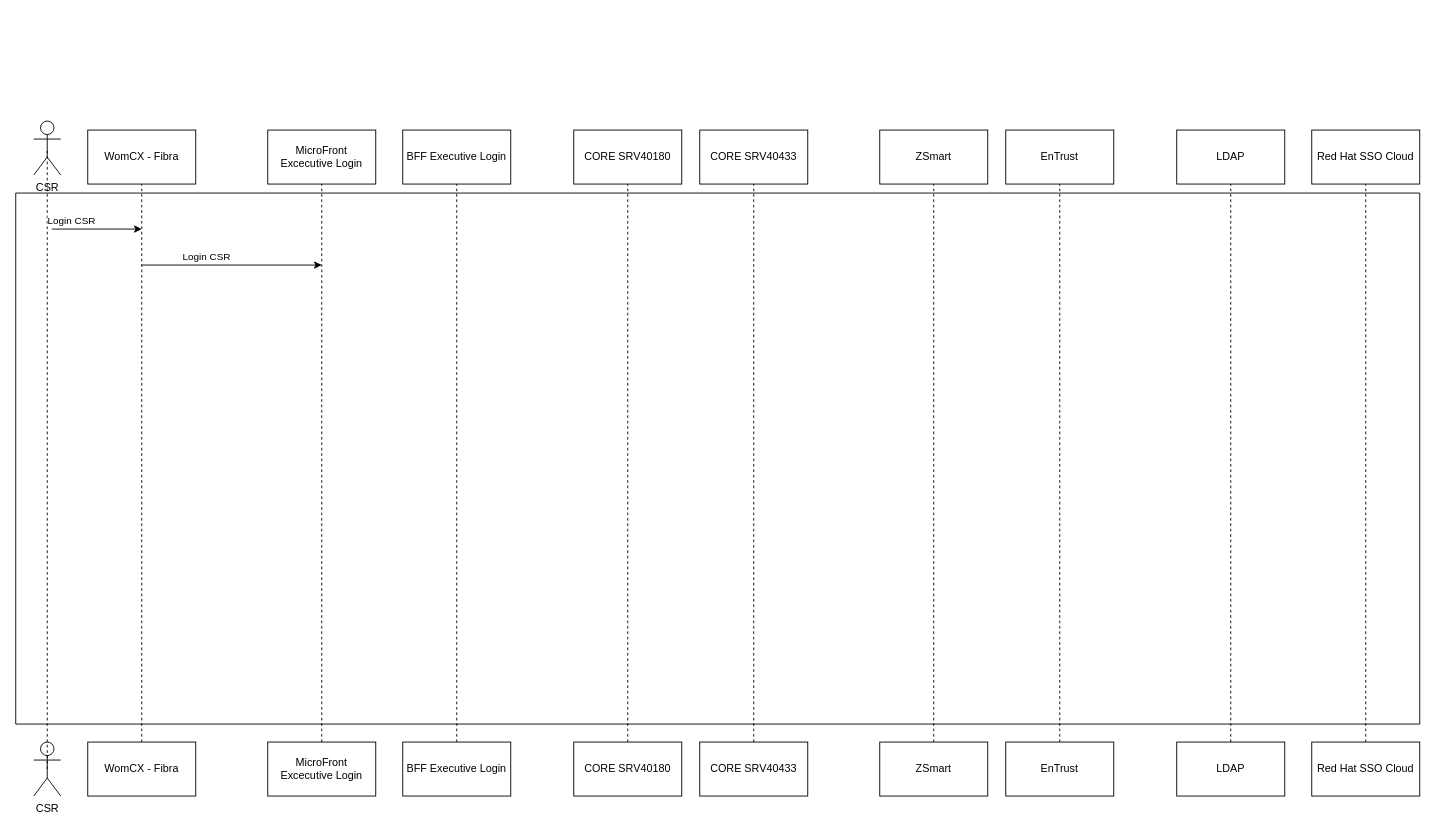
linosnt/womCX keeps this draw.io diagram as LoginLayer.drawio. Above is the earlier version. Source tidied: cells renumbered, new cells numbered last; positions are measured from the earlier drawing's top-left corner, leaving out a move shared by most shapes. Both pictures are drawn from the tidied source at 90%, with x=0, y=0 at pixel (15, 121).
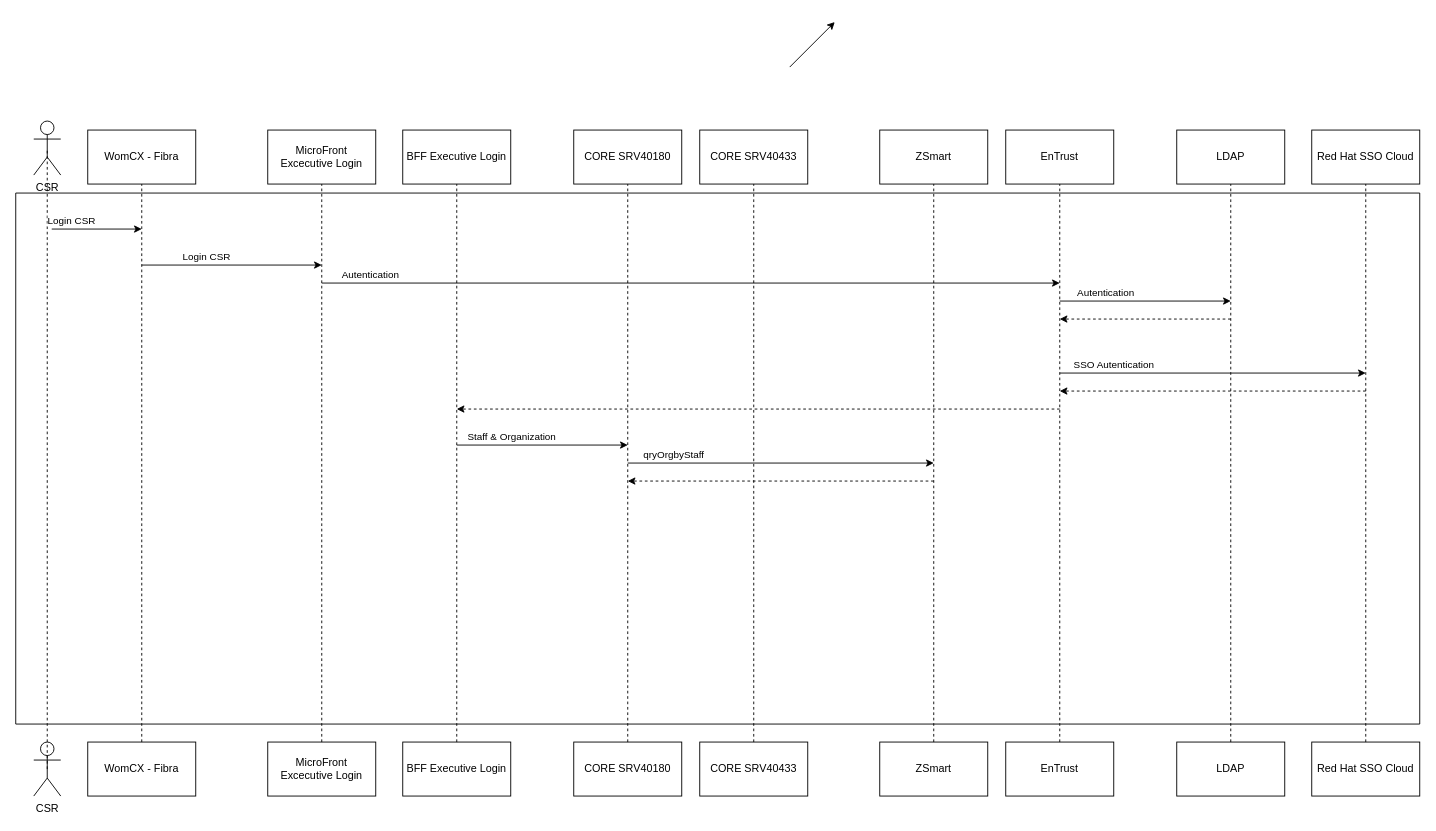
The same page after the edit.

The change refers to these unchanged cells:
```xml
<mxCell id="2" style="swimlane;startSize=0;" parent="1" vertex="1">
  <mxGeometry y="80" width="1560" height="590" as="geometry" />
</mxCell>
```

Change to the diagram source:
```diff
@@
+    <mxCell id="35" style="endArrow=classic;html=1;rounded=0;" parent="2" edge="1">
+      <mxGeometry relative="1" as="geometry">
+        <mxPoint x="1160" y="120" as="sourcePoint" />
+        <mxPoint x="1350" y="120" as="targetPoint" />
+      </mxGeometry>
+    </mxCell>
+    <mxCell id="36" value="Autentication" style="edgeLabel;html=1;align=center;verticalAlign=middle;fontSize=11;fontFamily=Helvetica;fontColor=default;" parent="35" vertex="1">
+      <mxGeometry x="-0.79" y="2" relative="1" as="geometry">
+        <mxPoint x="30" y="-8" as="offset" />
+      </mxGeometry>
+    </mxCell>
+    <mxCell id="37" style="endArrow=classic;html=1;rounded=0;labelBackgroundColor=default;strokeColor=default;fontFamily=Helvetica;fontSize=11;fontColor=default;shape=connector;dashed=1;" parent="2" edge="1">
+      <mxGeometry relative="1" as="geometry">
+        <mxPoint x="1500" y="220" as="sourcePoint" />
+        <mxPoint x="1160" y="220" as="targetPoint" />
+      </mxGeometry>
+    </mxCell>
+    <mxCell id="38" style="endArrow=classic;html=1;rounded=0;labelBackgroundColor=default;strokeColor=default;fontFamily=Helvetica;fontSize=11;fontColor=default;shape=connector;dashed=1;" parent="2" edge="1">
+      <mxGeometry relative="1" as="geometry">
+        <mxPoint x="1160" y="240" as="sourcePoint" />
+        <mxPoint x="490" y="240" as="targetPoint" />
+      </mxGeometry>
+    </mxCell>
+    <mxCell id="39" style="endArrow=classic;html=1;rounded=0;labelBackgroundColor=default;strokeColor=default;fontFamily=Helvetica;fontSize=11;fontColor=default;shape=connector;" parent="2" edge="1">
+      <mxGeometry relative="1" as="geometry">
+        <mxPoint x="680" y="300" as="sourcePoint" />
+        <mxPoint x="1020" y="300" as="targetPoint" />
+      </mxGeometry>
+    </mxCell>
+    <mxCell id="40" value="qryOrgbyStaff" style="edgeLabel;html=1;align=center;verticalAlign=middle;fontSize=11;fontFamily=Helvetica;fontColor=default;" parent="39" vertex="1">
+      <mxGeometry x="-0.64" y="-1" relative="1" as="geometry">
+        <mxPoint x="-11" y="-11" as="offset" />
+      </mxGeometry>
+    </mxCell>
+    <mxCell id="41" style="endArrow=classic;html=1;rounded=0;labelBackgroundColor=default;strokeColor=default;fontFamily=Helvetica;fontSize=11;fontColor=default;shape=connector;dashed=1;" parent="2" edge="1">
+      <mxGeometry relative="1" as="geometry">
+        <mxPoint x="1020" y="320" as="sourcePoint" />
+        <mxPoint x="680" y="320" as="targetPoint" />
+      </mxGeometry>
+    </mxCell>
@@
+    <mxCell id="42" style="endArrow=classic;html=1;rounded=0;" parent="1" edge="1">
+      <mxGeometry relative="1" as="geometry">
+        <mxPoint x="860" y="-60" as="sourcePoint" />
+        <mxPoint x="910" y="-110" as="targetPoint" />
+      </mxGeometry>
+    </mxCell>
+    <mxCell id="43" style="endArrow=classic;html=1;rounded=0;" parent="1" edge="1">
+      <mxGeometry relative="1" as="geometry">
+        <mxPoint x="340" y="180" as="sourcePoint" />
+        <mxPoint x="1160" y="180" as="targetPoint" />
+      </mxGeometry>
+    </mxCell>
+    <mxCell id="44" value="Autentication" style="edgeLabel;html=1;align=center;verticalAlign=middle;fontSize=11;fontFamily=Helvetica;fontColor=default;" parent="43" vertex="1">
+      <mxGeometry x="-0.87" y="1" relative="1" as="geometry">
+        <mxPoint y="-9" as="offset" />
+      </mxGeometry>
+    </mxCell>
+    <mxCell id="45" style="endArrow=classic;html=1;rounded=0;labelBackgroundColor=default;strokeColor=default;fontFamily=Helvetica;fontSize=11;fontColor=default;shape=connector;dashed=1;" parent="1" edge="1">
+      <mxGeometry relative="1" as="geometry">
+        <mxPoint x="1350" y="220" as="sourcePoint" />
+        <mxPoint x="1160" y="220" as="targetPoint" />
+      </mxGeometry>
+    </mxCell>
+    <mxCell id="46" style="endArrow=classic;html=1;rounded=0;labelBackgroundColor=default;strokeColor=default;fontFamily=Helvetica;fontSize=11;fontColor=default;shape=connector;" parent="1" edge="1">
+      <mxGeometry relative="1" as="geometry">
+        <mxPoint x="1160" y="280" as="sourcePoint" />
+        <mxPoint x="1500" y="280" as="targetPoint" />
+      </mxGeometry>
+    </mxCell>
+    <mxCell id="47" value="SSO Autentication" style="edgeLabel;html=1;align=center;verticalAlign=middle;fontSize=11;fontFamily=Helvetica;fontColor=default;" parent="46" vertex="1">
+      <mxGeometry x="-0.87" y="2" relative="1" as="geometry">
+        <mxPoint x="37" y="-8" as="offset" />
+      </mxGeometry>
+    </mxCell>
+    <mxCell id="48" style="endArrow=classic;html=1;rounded=0;labelBackgroundColor=default;strokeColor=default;fontFamily=Helvetica;fontSize=11;fontColor=default;shape=connector;" parent="1" edge="1">
+      <mxGeometry relative="1" as="geometry">
+        <mxPoint x="490" y="360" as="sourcePoint" />
+        <mxPoint x="680" y="360" as="targetPoint" />
+      </mxGeometry>
+    </mxCell>
+    <mxCell id="49" value="&lt;div&gt;Staff &amp;amp; Organization&lt;/div&gt;" style="edgeLabel;html=1;align=center;verticalAlign=middle;fontSize=11;fontFamily=Helvetica;fontColor=default;" parent="48" vertex="1">
+      <mxGeometry x="-0.73" relative="1" as="geometry">
+        <mxPoint x="34" y="-10" as="offset" />
+      </mxGeometry>
+    </mxCell>
```
